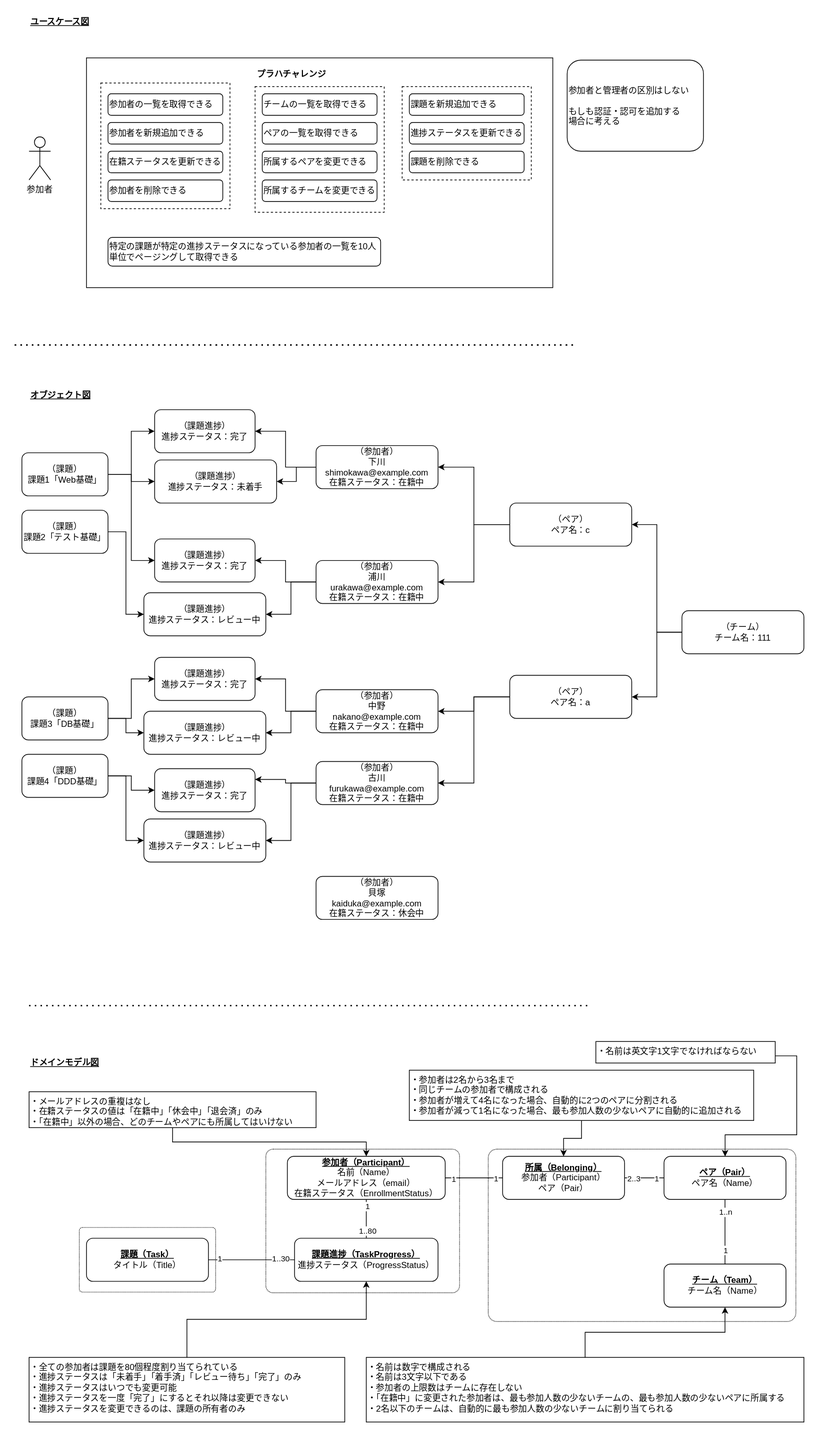
Above: modeling/modeling.drawio.svg in KeisukeShimokawa/praha-challenges-ddd (draw.io), before the change. Source tidied: cells renumbered, new cells last; positions are measured from the earlier drawing's top-left corner, leaving out a move shared by most shapes.
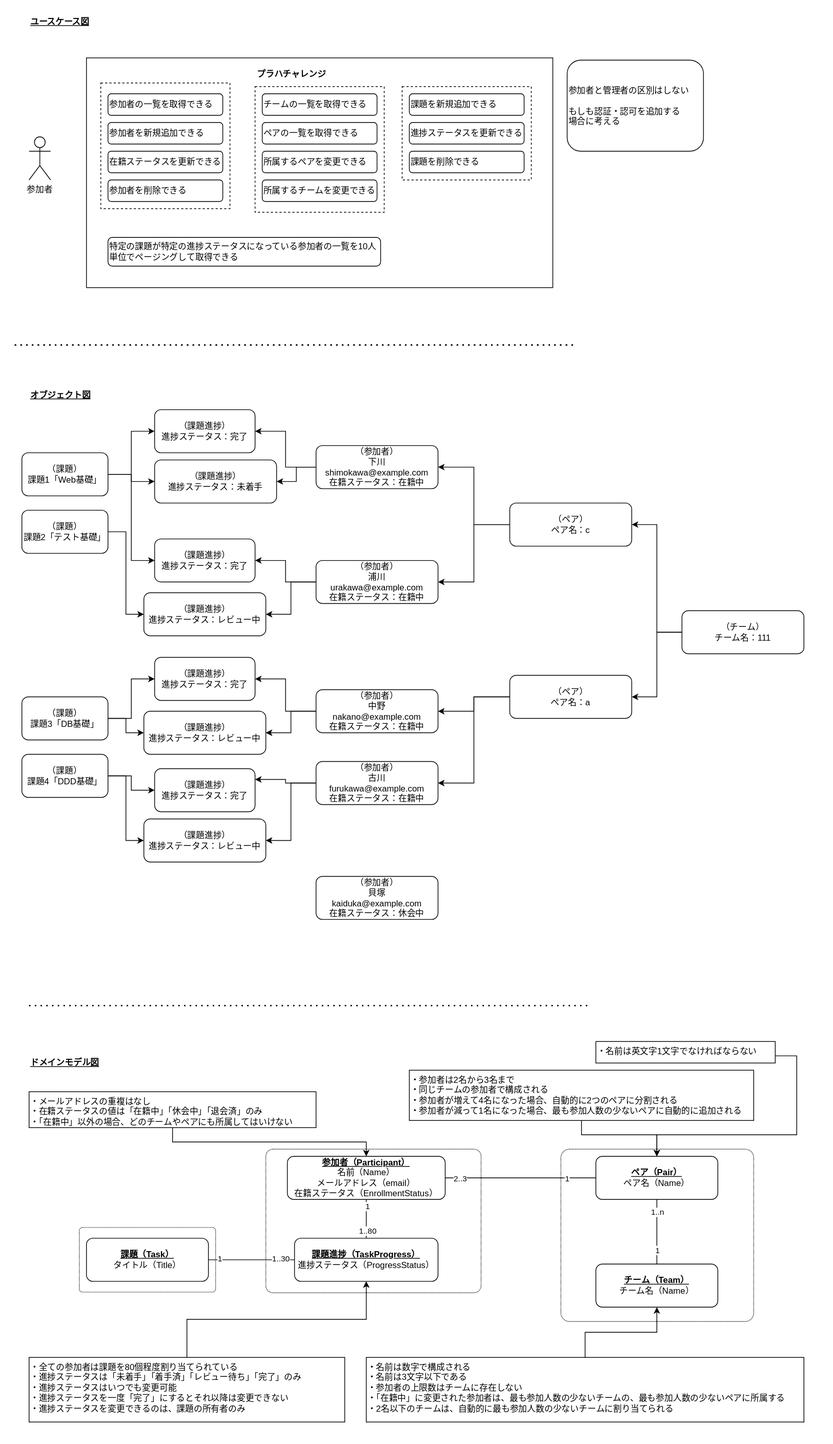
After the change.

Commit message:
feat: 所属エンティティは一旦削除

Change to the diagram source:
```diff
@@ -6,13 +6,13 @@
       <mxGeometry y="1440" width="1160" height="570" as="geometry" />
     </mxCell>
     <mxCell id="3" style="rounded=1;whiteSpace=wrap;html=1;align=left;verticalAlign=top;fillColor=none;dashed=1;dashPattern=1 1;arcSize=5;" parent="1" vertex="1">
-      <mxGeometry x="370" y="1600" width="270" height="200" as="geometry" />
+      <mxGeometry x="370" y="1600" width="300" height="200" as="geometry" />
     </mxCell>
     <mxCell id="4" style="rounded=1;whiteSpace=wrap;html=1;align=left;verticalAlign=top;fillColor=none;dashed=1;dashPattern=1 1;arcSize=5;" parent="1" vertex="1">
       <mxGeometry x="110" y="1709" width="190" height="90" as="geometry" />
     </mxCell>
     <mxCell id="5" style="rounded=1;whiteSpace=wrap;html=1;align=left;verticalAlign=top;fillColor=none;dashed=1;dashPattern=1 1;arcSize=5;" parent="1" vertex="1">
-      <mxGeometry x="680" y="1600" width="428.8" height="240" as="geometry" />
+      <mxGeometry x="781.2" y="1600" width="268.8" height="240" as="geometry" />
     </mxCell>
     <mxCell id="6" style="rounded=0;whiteSpace=wrap;html=1;strokeColor=none;" parent="1" vertex="1">
       <mxGeometry width="990" height="440" as="geometry" />
@@ -240,10 +240,10 @@
       <mxGeometry x="410" y="1724" width="200" height="60" as="geometry" />
     </mxCell>
     <mxCell id="78" value="&lt;b&gt;&lt;u&gt;ペア（Pair）&lt;/u&gt;&lt;/b&gt;&lt;br&gt;ペア名（Name）" style="rounded=1;whiteSpace=wrap;html=1;" parent="1" vertex="1">
-      <mxGeometry x="925" y="1610" width="170" height="60" as="geometry" />
+      <mxGeometry x="830" y="1610" width="170" height="60" as="geometry" />
     </mxCell>
     <mxCell id="79" value="&lt;b&gt;&lt;u&gt;チーム（Team）&lt;/u&gt;&lt;/b&gt;&lt;br&gt;チーム名（Name）" style="rounded=1;whiteSpace=wrap;html=1;" parent="1" vertex="1">
-      <mxGeometry x="925" y="1760" width="170" height="60" as="geometry" />
+      <mxGeometry x="830" y="1760" width="170" height="60" as="geometry" />
     </mxCell>
     <mxCell id="80" style="endArrow=none;html=1;entryX=0.5;entryY=1;entryDx=0;entryDy=0;exitX=0.5;exitY=0;exitDx=0;exitDy=0;" parent="1" edge="1" source="79" target="78">
       <mxGeometry relative="1" as="geometry" />
@@ -254,15 +254,6 @@
     <mxCell id="82" value="1" style="edgeLabel;html=1;align=center;verticalAlign=middle;" parent="80" vertex="1">
       <mxGeometry x="-0.56" relative="1" as="geometry" />
     </mxCell>
-    <mxCell id="83" style="endArrow=none;html=1;entryX=0;entryY=0.5;entryDx=0;entryDy=0;exitX=1;exitY=0.5;exitDx=0;exitDy=0;" parent="1" edge="1" source="75" target="101">
-      <mxGeometry relative="1" as="geometry" />
-    </mxCell>
-    <mxCell id="84" value="1" style="edgeLabel;html=1;align=center;verticalAlign=middle;" parent="83" vertex="1">
-      <mxGeometry x="-0.72" y="-1" relative="1" as="geometry" />
-    </mxCell>
-    <mxCell id="85" value="1" style="edgeLabel;html=1;align=center;verticalAlign=middle;" parent="83" vertex="1">
-      <mxGeometry x="0.74" relative="1" as="geometry" />
-    </mxCell>
     <mxCell id="86" style="endArrow=none;html=1;entryX=0.5;entryY=1;entryDx=0;entryDy=0;exitX=0.5;exitY=0;exitDx=0;exitDy=0;" parent="1" edge="1" source="77" target="75">
       <mxGeometry relative="1" as="geometry" />
     </mxCell>
@@ -293,12 +284,12 @@
     <mxCell id="95" value="・全ての参加者は課題を80個程度割り当てられている&lt;br&gt;・進捗ステータスは「未着手」「着手済」「レビュー待ち」「完了」のみ&lt;br&gt;・進捗ステータスはいつでも変更可能&lt;br&gt;・進捗ステータスを一度「完了」にするとそれ以降は変更できない&lt;br&gt;・進捗ステータスを変更できるのは、課題の所有者のみ" style="rounded=0;whiteSpace=wrap;html=1;align=left;verticalAlign=top;" parent="1" vertex="1">
       <mxGeometry x="40" y="1890" width="440" height="90" as="geometry" />
     </mxCell>
-    <mxCell id="96" style="edgeStyle=orthogonalEdgeStyle;rounded=0;jettySize=auto;html=1;entryX=0.77;entryY=0.042;entryDx=0;entryDy=0;entryPerimeter=0;" parent="1" edge="1" source="97" target="5">
+    <mxCell id="96" style="edgeStyle=orthogonalEdgeStyle;rounded=0;jettySize=auto;html=1;entryX=0.5;entryY=0;entryDx=0;entryDy=0;" parent="1" edge="1" source="97" target="78">
       <mxGeometry relative="1" as="geometry">
         <Array as="points">
           <mxPoint x="1110" y="1470" />
           <mxPoint x="1110" y="1580" />
-          <mxPoint x="1010" y="1580" />
+          <mxPoint x="915" y="1580" />
         </Array>
       </mxGeometry>
     </mxCell>
@@ -314,20 +305,24 @@
     <mxCell id="100" value="参加者と管理者の区別はしない&lt;br&gt;&lt;br&gt;もしも認証・認可を追加する&lt;br&gt;場合に考える" style="rounded=1;whiteSpace=wrap;html=1;align=left;" parent="1" vertex="1">
       <mxGeometry x="790" y="83.2" width="190" height="126.8" as="geometry" />
     </mxCell>
-    <mxCell id="101" value="&lt;b&gt;&lt;u&gt;所属（Belonging）&lt;/u&gt;&lt;/b&gt;&lt;br&gt;参加者（Participant）&lt;br&gt;ペア（Pair）" style="rounded=1;whiteSpace=wrap;html=1;" parent="1" vertex="1">
-      <mxGeometry x="700" y="1610" width="170" height="60" as="geometry" />
-    </mxCell>
-    <mxCell id="102" style="endArrow=none;html=1;entryX=0;entryY=0.5;entryDx=0;entryDy=0;exitX=1;exitY=0.5;exitDx=0;exitDy=0;" parent="1" edge="1" source="101" target="78">
+    <mxCell id="102" style="endArrow=none;html=1;entryX=0;entryY=0.5;entryDx=0;entryDy=0;exitX=1;exitY=0.5;exitDx=0;exitDy=0;" parent="1" edge="1" source="75" target="78">
       <mxGeometry relative="1" as="geometry" />
     </mxCell>
     <mxCell id="103" value="1" style="edgeLabel;html=1;align=center;verticalAlign=middle;" parent="102" vertex="1">
       <mxGeometry x="0.61" relative="1" as="geometry" />
     </mxCell>
     <mxCell id="104" value="2..3" style="edgeLabel;html=1;align=center;verticalAlign=middle;" parent="102" vertex="1">
-      <mxGeometry x="-0.56" relative="1" as="geometry" />
+      <mxGeometry x="-0.56" relative="1" as="geometry">
+        <mxPoint x="-26" as="offset" />
+      </mxGeometry>
     </mxCell>
-    <mxCell id="105" style="edgeStyle=orthogonalEdgeStyle;rounded=0;jettySize=auto;html=1;entryX=0.5;entryY=0;entryDx=0;entryDy=0;" parent="1" edge="1" source="106" target="101">
-      <mxGeometry relative="1" as="geometry" />
+    <mxCell id="105" style="edgeStyle=orthogonalEdgeStyle;rounded=0;jettySize=auto;html=1;entryX=0.5;entryY=0;entryDx=0;entryDy=0;" parent="1" edge="1" source="106" target="78">
+      <mxGeometry relative="1" as="geometry">
+        <Array as="points">
+          <mxPoint x="810" y="1580" />
+          <mxPoint x="915" y="1580" />
+        </Array>
+      </mxGeometry>
     </mxCell>
     <mxCell id="106" value="・参加者は2名から3名まで&lt;br&gt;・同じチームの参加者で構成される&lt;br&gt;・参加者が増えて4名になった場合、自動的に2つのペアに分割される&lt;br&gt;・参加者が減って1名になった場合、最も参加人数の少ないペアに自動的に追加される" style="rounded=0;whiteSpace=wrap;html=1;align=left;verticalAlign=top;" parent="1" vertex="1">
       <mxGeometry x="570" y="1490" width="480" height="70" as="geometry" />
```
